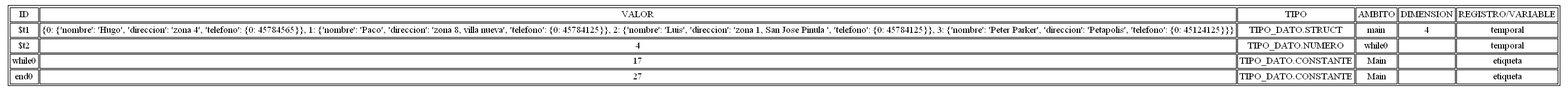
This is tsg.png from sgleal97/vacas_compi, a Graphviz export, as it was before one commit. Its source is kept beside it as tsg.dot.
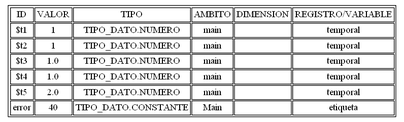
The same diagram one commit later.

The edit, as a diff of the source:
```diff
@@ -11,18 +11,45 @@
 <td>DIMENSION</td><td>REGISTRO/VARIABLE</td></tr>
 <tr>
 <td>$t1</td>
-<td>{'nombre': {0: 'Hugo', 1: 'Paco', 2: 'Luis', 3: 'Peter Parker'}, 'direccion': {0: 'zona 4', 1: 'zona 8, villa nueva', 2: 'zona 1, San Jose Pinula ', 3: 'Petapolis'}, 0: {'telefono': {0: 45784565, 1: 45784125, 2: 45784125, 3: 45124125}}}</td>
-<td>TIPO_DATO.STRUCT</td>
+<td>1</td>
+<td>TIPO_DATO.NUMERO</td>
 <td>main</td>
-<td>3</td>
-<td>temporal</td>
+<td> </td><td>temporal</td>
 </tr>
 <tr>
 <td>$t2</td>
 <td>1</td>
 <td>TIPO_DATO.NUMERO</td>
-<td>while0</td>
+<td>main</td>
 <td> </td><td>temporal</td>
+</tr>
+<tr>
+<td>$t3</td>
+<td>1.0</td>
+<td>TIPO_DATO.NUMERO</td>
+<td>main</td>
+<td> </td><td>temporal</td>
+</tr>
+<tr>
+<td>$t4</td>
+<td>1.0</td>
+<td>TIPO_DATO.NUMERO</td>
+<td>main</td>
+<td> </td><td>temporal</td>
+</tr>
+<tr>
+<td>$t5</td>
+<td>2.0</td>
+<td>TIPO_DATO.NUMERO</td>
+<td>main</td>
+<td> </td><td>temporal</td>
+</tr>
+<tr>
+<td>error</td>
+<td>2</td>
+<td>TIPO_DATO.CONSTANTE</td>
+<td>Main</td>
+<td> </td><td>etiqueta</td>
 </tr>
 </table>
 >];
```
